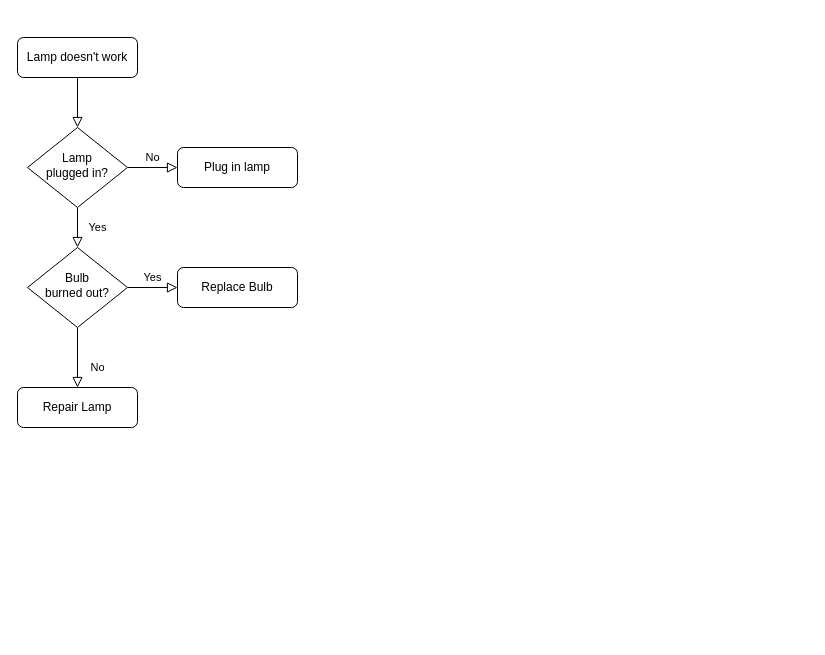
The draw.io diagram Untitled Diagram.drawio in alfatihart/vt-math, before the edit. Source tidied: cells renumbered, new cells numbered last; positions are measured from the earlier drawing's top-left corner, leaving out a move shared by most shapes. Both pictures are drawn from the tidied source at 100%, with x=0, y=0 at pixel (17, 37).
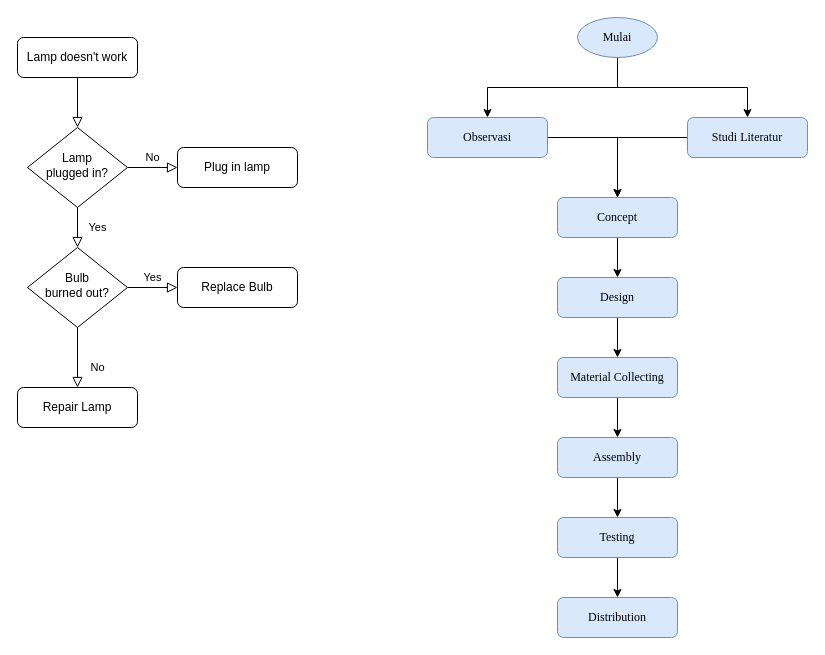
After the change.

What changed in the source:
```diff
@@
+    <mxCell id="13" style="edgeStyle=orthogonalEdgeStyle;rounded=0;jettySize=auto;html=1;exitX=0.5;exitY=1;exitDx=0;exitDy=0;entryX=0.5;entryY=0;entryDx=0;entryDy=0;" parent="1" edge="1" source="15" target="19">
+      <mxGeometry relative="1" as="geometry" />
+    </mxCell>
+    <mxCell id="14" style="edgeStyle=orthogonalEdgeStyle;rounded=0;jettySize=auto;html=1;exitX=0.5;exitY=1;exitDx=0;exitDy=0;entryX=0.5;entryY=0;entryDx=0;entryDy=0;" parent="1" edge="1" source="15" target="17">
+      <mxGeometry relative="1" as="geometry" />
+    </mxCell>
+    <mxCell id="15" value="Mulai" style="ellipse;whiteSpace=wrap;html=1;fontFamily=Times New Roman;labelBackgroundColor=none;labelBorderColor=none;fillColor=#dae8fc;strokeColor=#6c8ebf;" parent="1" vertex="1">
+      <mxGeometry x="560" y="-20" width="80" height="40" as="geometry" />
+    </mxCell>
+    <mxCell id="16" style="edgeStyle=orthogonalEdgeStyle;rounded=0;jettySize=auto;html=1;exitX=1;exitY=0.5;exitDx=0;exitDy=0;entryX=0.5;entryY=0;entryDx=0;entryDy=0;" parent="1" edge="1" source="17" target="21">
+      <mxGeometry relative="1" as="geometry" />
+    </mxCell>
+    <mxCell id="17" value="Observasi" style="rounded=1;whiteSpace=wrap;html=1;fillColor=#dae8fc;strokeColor=#6c8ebf;fontFamily=Times New Roman;" parent="1" vertex="1">
+      <mxGeometry x="410" y="80" width="120" height="40" as="geometry" />
+    </mxCell>
+    <mxCell id="18" style="edgeStyle=orthogonalEdgeStyle;rounded=0;jettySize=auto;html=1;exitX=0;exitY=0.5;exitDx=0;exitDy=0;entryX=0.5;entryY=0;entryDx=0;entryDy=0;" parent="1" edge="1" source="19" target="21">
+      <mxGeometry relative="1" as="geometry" />
+    </mxCell>
+    <mxCell id="19" value="Studi Literatur" style="rounded=1;whiteSpace=wrap;html=1;fillColor=#dae8fc;strokeColor=#6c8ebf;fontFamily=Times New Roman;" parent="1" vertex="1">
+      <mxGeometry x="670" y="80" width="120" height="40" as="geometry" />
+    </mxCell>
+    <mxCell id="20" style="edgeStyle=orthogonalEdgeStyle;rounded=0;jettySize=auto;html=1;exitX=0.5;exitY=1;exitDx=0;exitDy=0;entryX=0.5;entryY=0;entryDx=0;entryDy=0;" parent="1" edge="1" source="21" target="23">
+      <mxGeometry relative="1" as="geometry" />
+    </mxCell>
+    <mxCell id="21" value="Concept" style="rounded=1;whiteSpace=wrap;html=1;fillColor=#dae8fc;strokeColor=#6c8ebf;fontFamily=Times New Roman;" parent="1" vertex="1">
+      <mxGeometry x="540" y="160" width="120" height="40" as="geometry" />
+    </mxCell>
+    <mxCell id="22" style="edgeStyle=orthogonalEdgeStyle;rounded=0;jettySize=auto;html=1;exitX=0.5;exitY=1;exitDx=0;exitDy=0;entryX=0.5;entryY=0;entryDx=0;entryDy=0;" parent="1" edge="1" source="23" target="25">
+      <mxGeometry relative="1" as="geometry" />
+    </mxCell>
+    <mxCell id="23" value="Design" style="rounded=1;whiteSpace=wrap;html=1;fillColor=#dae8fc;strokeColor=#6c8ebf;fontFamily=Times New Roman;" parent="1" vertex="1">
+      <mxGeometry x="540" y="240" width="120" height="40" as="geometry" />
+    </mxCell>
+    <mxCell id="24" style="edgeStyle=orthogonalEdgeStyle;rounded=0;jettySize=auto;html=1;exitX=0.5;exitY=1;exitDx=0;exitDy=0;entryX=0.5;entryY=0;entryDx=0;entryDy=0;" parent="1" edge="1" source="25" target="27">
+      <mxGeometry relative="1" as="geometry" />
+    </mxCell>
+    <mxCell id="25" value="Material Collecting" style="rounded=1;whiteSpace=wrap;html=1;fillColor=#dae8fc;strokeColor=#6c8ebf;fontFamily=Times New Roman;" parent="1" vertex="1">
+      <mxGeometry x="540" y="320" width="120" height="40" as="geometry" />
+    </mxCell>
+    <mxCell id="26" style="edgeStyle=orthogonalEdgeStyle;rounded=0;jettySize=auto;html=1;exitX=0.5;exitY=1;exitDx=0;exitDy=0;entryX=0.5;entryY=0;entryDx=0;entryDy=0;" parent="1" edge="1" source="27" target="29">
+      <mxGeometry relative="1" as="geometry" />
+    </mxCell>
+    <mxCell id="27" value="Assembly" style="rounded=1;whiteSpace=wrap;html=1;fillColor=#dae8fc;strokeColor=#6c8ebf;fontFamily=Times New Roman;" parent="1" vertex="1">
+      <mxGeometry x="540" y="400" width="120" height="40" as="geometry" />
+    </mxCell>
+    <mxCell id="28" style="edgeStyle=orthogonalEdgeStyle;rounded=0;jettySize=auto;html=1;exitX=0.5;exitY=1;exitDx=0;exitDy=0;entryX=0.5;entryY=0;entryDx=0;entryDy=0;" parent="1" edge="1" source="29" target="30">
+      <mxGeometry relative="1" as="geometry" />
+    </mxCell>
+    <mxCell id="29" value="Testing" style="rounded=1;whiteSpace=wrap;html=1;fillColor=#dae8fc;strokeColor=#6c8ebf;fontFamily=Times New Roman;" parent="1" vertex="1">
+      <mxGeometry x="540" y="480" width="120" height="40" as="geometry" />
+    </mxCell>
+    <mxCell id="30" value="Distribution" style="rounded=1;whiteSpace=wrap;html=1;fillColor=#dae8fc;strokeColor=#6c8ebf;fontFamily=Times New Roman;" parent="1" vertex="1">
+      <mxGeometry x="540" y="560" width="120" height="40" as="geometry" />
+    </mxCell>
```
